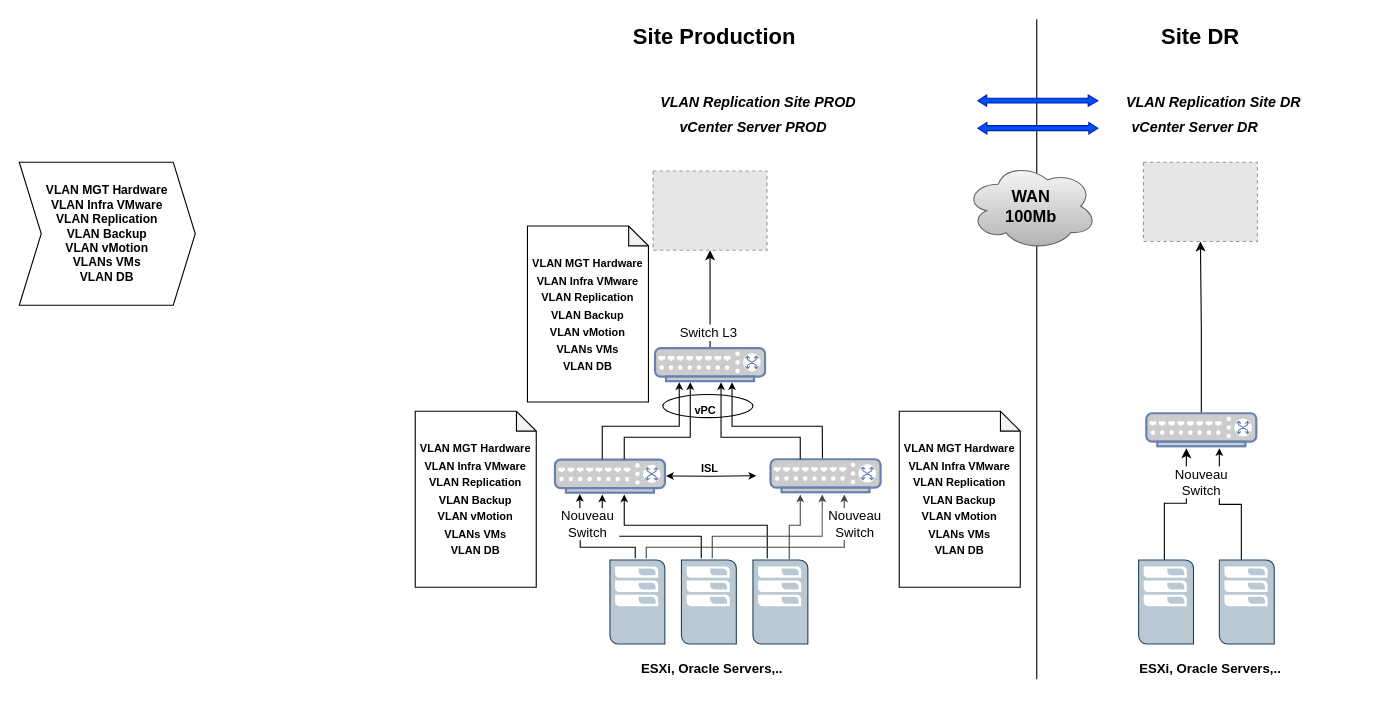
Above: Copy of BIM_Network.drawio in DrXneaky/Diagram (draw.io), before the change. Source tidied: cells renumbered, new cells numbered last; positions are measured from the earlier drawing's top-left corner, leaving out a move shared by most shapes. Both pictures are drawn from the tidied source at 110%, with x=0, y=0 at pixel (19, 19). Pictures stored in the file or linked from it are replaced by grey dashed boxes.
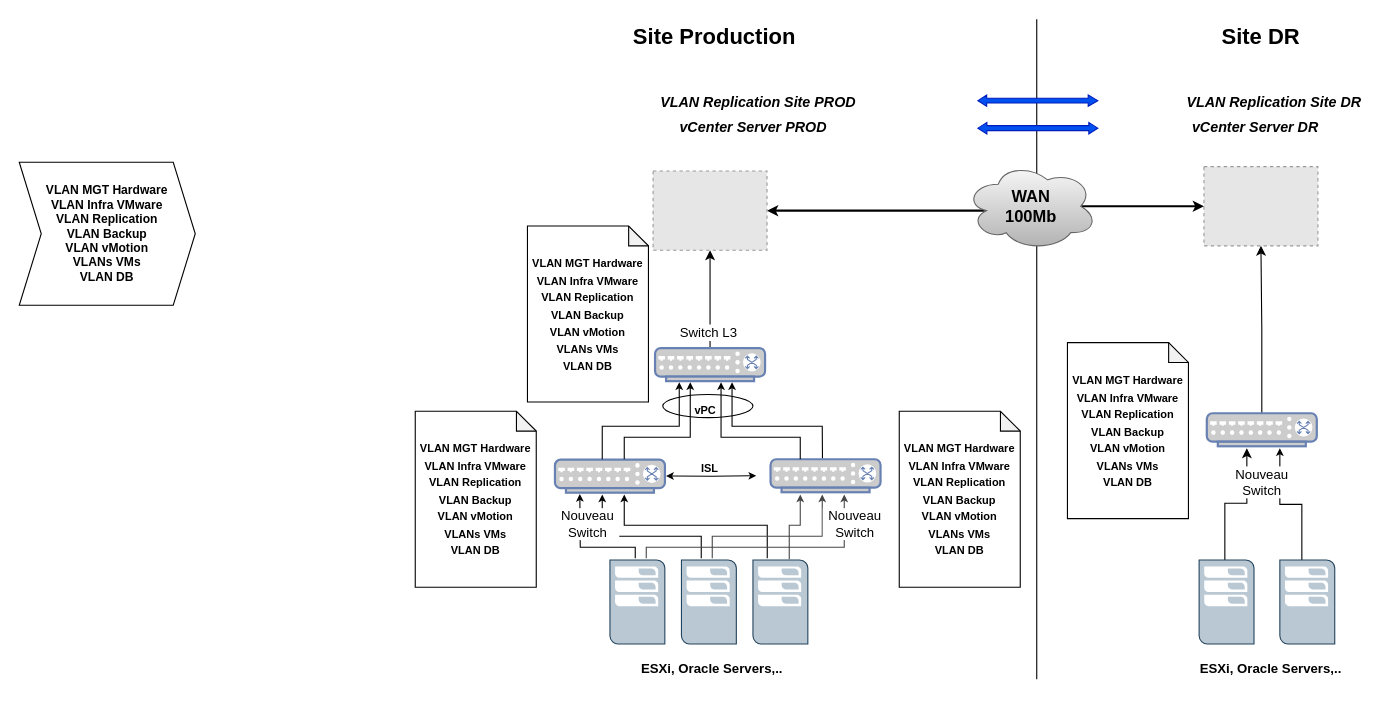
Above is the later version.

Unchanged cells that the change refers to:
```xml
<mxCell id="11" style="fillColor=#E6E6E6;strokeColor=#999999;dashed=1;verticalLabelPosition=bottom;verticalAlign=top;rotation=0;" parent="1" vertex="1">
  <mxGeometry x="576.2" y="138" width="103.6" height="72" as="geometry" />
</mxCell>
<mxCell id="26" value="&lt;b style=&quot;font-size: 15px&quot;&gt;&lt;font style=&quot;font-size: 15px&quot;&gt;WAN&lt;br&gt;100Mb&lt;br&gt;&lt;/font&gt;&lt;/b&gt;" style="ellipse;shape=cloud;whiteSpace=wrap;html=1;fontSize=10;fillColor=#f5f5f5;gradientColor=#b3b3b3;strokeColor=#666666;" parent="1" vertex="1">
  <mxGeometry x="860" y="130" width="120" height="80" as="geometry" />
</mxCell>
```

What changed in the source:
```diff
@@
     <mxCell id="9" style="fontColor=#0066CC;verticalAlign=top;verticalLabelPosition=bottom;labelPosition=center;align=center;html=1;outlineConnect=0;fillColor=#CCCCCC;strokeColor=#6881B3;gradientColor=none;gradientDirection=north;strokeWidth=2;shape=mxgraph.networks.switch;" parent="1" vertex="1">
-      <mxGeometry x="1024.6" y="358.2" width="100" height="30" as="geometry" />
+      <mxGeometry x="1079.6" y="358.2" width="100" height="30" as="geometry" />
     </mxCell>
@@
+    <mxCell id="51" style="edgeStyle=orthogonalEdgeStyle;rounded=0;jettySize=auto;html=1;exitX=1;exitY=0.5;exitDx=0;exitDy=0;entryX=0.16;entryY=0.55;entryDx=0;entryDy=0;entryPerimeter=0;fontSize=11;startArrow=classic;startFill=1;endArrow=none;endFill=0;startSize=4;endSize=4;strokeColor=#000000;strokeWidth=2;" parent="1" edge="1" source="11" target="26">
+      <mxGeometry relative="1" as="geometry" />
+    </mxCell>
@@
     <mxCell id="12" style="fillColor=#E6E6E6;strokeColor=#999999;dashed=1;verticalLabelPosition=bottom;verticalAlign=top;rotation=0;" parent="1" vertex="1">
-      <mxGeometry x="1022" y="130" width="103.6" height="72" as="geometry" />
+      <mxGeometry x="1077" y="134" width="103.6" height="72" as="geometry" />
     </mxCell>
@@
     <mxCell id="22" style="edgeStyle=orthogonalEdgeStyle;rounded=0;jettySize=auto;html=1;" parent="1" edge="1" source="23">
       <mxGeometry relative="1" as="geometry">
-        <mxPoint x="1061" y="390" as="targetPoint" />
+        <mxPoint x="1116" y="390" as="targetPoint" />
         <Array as="points">
-          <mxPoint x="1041" y="440" />
-          <mxPoint x="1061" y="440" />
+          <mxPoint x="1096" y="440" />
+          <mxPoint x="1116" y="440" />
         </Array>
       </mxGeometry>
     </mxCell>
     <mxCell id="23" style="shadow=0;dashed=0;html=1;strokeColor=#23445d;fillColor=#bac8d3;labelPosition=center;verticalLabelPosition=bottom;verticalAlign=top;align=center;outlineConnect=0;shape=mxgraph.veeam.2d.esx_esxi;" parent="1" vertex="1">
-      <mxGeometry x="1017.6" y="491.6" width="49.9" height="76.4" as="geometry" />
+      <mxGeometry x="1072.6" y="491.6" width="49.9" height="76.4" as="geometry" />
     </mxCell>
     <mxCell id="24" style="edgeStyle=orthogonalEdgeStyle;rounded=0;jettySize=auto;html=1;startArrow=none;startFill=0;endArrow=classic;endFill=1;startSize=4;endSize=4;" parent="1" edge="1" source="25">
       <mxGeometry relative="1" as="geometry">
-        <mxPoint x="1091" y="390" as="targetPoint" />
+        <mxPoint x="1146" y="390" as="targetPoint" />
         <Array as="points">
-          <mxPoint x="1111" y="441" />
-          <mxPoint x="1091" y="441" />
+          <mxPoint x="1166" y="441" />
+          <mxPoint x="1146" y="441" />
         </Array>
       </mxGeometry>
     </mxCell>
     <mxCell id="25" style="shadow=0;dashed=0;html=1;strokeColor=#23445d;fillColor=#bac8d3;labelPosition=center;verticalLabelPosition=bottom;verticalAlign=top;align=center;outlineConnect=0;shape=mxgraph.veeam.2d.esx_esxi;" parent="1" vertex="1">
-      <mxGeometry x="1091" y="491.6" width="49.9" height="76.4" as="geometry" />
+      <mxGeometry x="1146" y="491.6" width="49.9" height="76.4" as="geometry" />
     </mxCell>
+    <mxCell id="52" style="edgeStyle=orthogonalEdgeStyle;rounded=0;jettySize=auto;html=1;exitX=0.875;exitY=0.5;exitDx=0;exitDy=0;exitPerimeter=0;fontSize=11;startArrow=none;startFill=0;endArrow=classic;endFill=1;startSize=4;endSize=4;strokeColor=#000000;strokeWidth=2;" parent="1" edge="1" source="26" target="12">
+      <mxGeometry relative="1" as="geometry" />
+    </mxCell>
@@
     <mxCell id="28" value="&lt;b&gt;&lt;font style=&quot;font-size: 20px&quot;&gt;Site DR&lt;/font&gt;&lt;/b&gt;" style="text;html=1;strokeColor=none;fillColor=none;align=center;verticalAlign=middle;whiteSpace=wrap;rounded=0;fontSize=15;" parent="1" vertex="1">
-      <mxGeometry x="1007.9" width="132" height="30" as="geometry" />
+      <mxGeometry x="1062.9" width="132" height="30" as="geometry" />
     </mxCell>
@@
     <mxCell id="32" value="&lt;i&gt;&lt;b&gt;&lt;font style=&quot;font-size: 13px&quot;&gt;VLAN Replication Site DR&lt;/font&gt;&lt;/b&gt;&lt;/i&gt;" style="text;html=1;strokeColor=none;fillColor=none;align=center;verticalAlign=middle;whiteSpace=wrap;rounded=0;fontSize=15;" parent="1" vertex="1">
-      <mxGeometry x="991" y="59" width="190" height="30" as="geometry" />
+      <mxGeometry x="1046" y="59" width="190" height="30" as="geometry" />
     </mxCell>
@@
     <mxCell id="34" value="&lt;i&gt;&lt;font style=&quot;font-size: 13px&quot;&gt;&lt;b&gt;vCenter Server DR&lt;/b&gt;&lt;/font&gt;&lt;/i&gt;" style="text;html=1;strokeColor=none;fillColor=none;align=center;verticalAlign=middle;whiteSpace=wrap;rounded=0;fontSize=15;" parent="1" vertex="1">
-      <mxGeometry x="998" y="82" width="142" height="30" as="geometry" />
+      <mxGeometry x="1053" y="82" width="142" height="30" as="geometry" />
     </mxCell>
@@
     <mxCell id="45" value="&lt;b&gt;ESXi, Oracle Servers,..&lt;/b&gt;" style="text;html=1;strokeColor=none;fillColor=none;align=center;verticalAlign=middle;whiteSpace=wrap;rounded=0;" parent="1" vertex="1">
-      <mxGeometry x="1012.5" y="576" width="140" height="30" as="geometry" />
+      <mxGeometry x="1067.5" y="576" width="140" height="30" as="geometry" />
     </mxCell>
     <mxCell id="46" value="Nouveau Switch" style="text;html=1;strokeColor=none;fillColor=none;align=center;verticalAlign=middle;whiteSpace=wrap;rounded=0;labelBorderColor=none;labelBackgroundColor=default;" parent="1" vertex="1">
-      <mxGeometry x="1044.6" y="412.4" width="60" height="18" as="geometry" />
+      <mxGeometry x="1099.6" y="412.4" width="60" height="18" as="geometry" />
     </mxCell>
@@
+    <mxCell id="53" value="&lt;font style=&quot;font-size: 10px&quot;&gt;&lt;b&gt;VLAN MGT Hardware&lt;br&gt;VLAN Infra VMware&lt;br&gt;VLAN Replication&lt;br&gt;VLAN Backup&lt;br&gt;VLAN vMotion&lt;br&gt;VLANs VMs&lt;br&gt;VLAN DB&lt;/b&gt;&lt;br&gt;&lt;/font&gt;" style="shape=note;whiteSpace=wrap;html=1;backgroundOutline=1;darkOpacity=0.05;labelBackgroundColor=default;labelBorderColor=none;fontSize=13;size=18;" parent="1" vertex="1">
+      <mxGeometry x="952.9" y="294" width="110" height="160" as="geometry" />
+    </mxCell>
```
